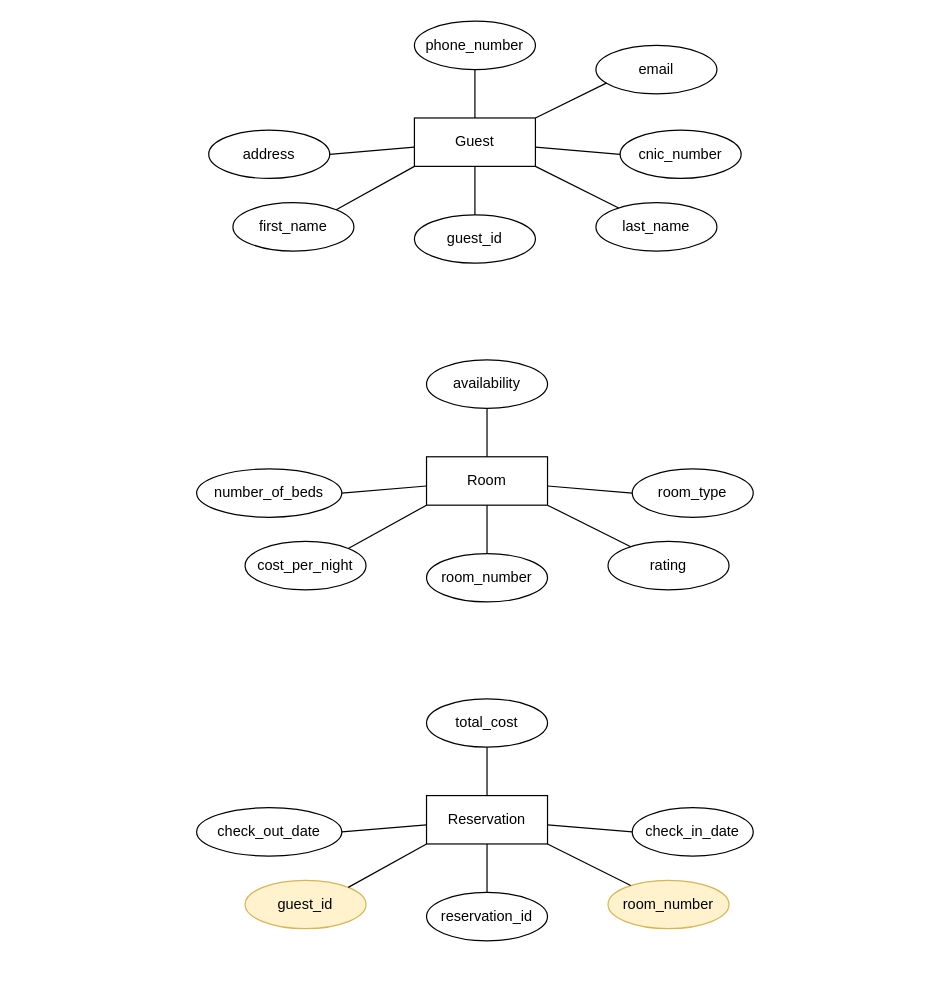
Before: page "Hotel Management System" (1 of 3) of conceptual-modeling.drawio in Wahab3917/Database-Lab-4th-Semester, a draw.io diagram. Source tidied: cells renumbered, new cells numbered last; positions are measured from the earlier drawing's top-left corner, leaving out a move shared by most shapes. Both pictures are drawn from the tidied source at 121%, with x=0, y=0 at pixel (196, 21).
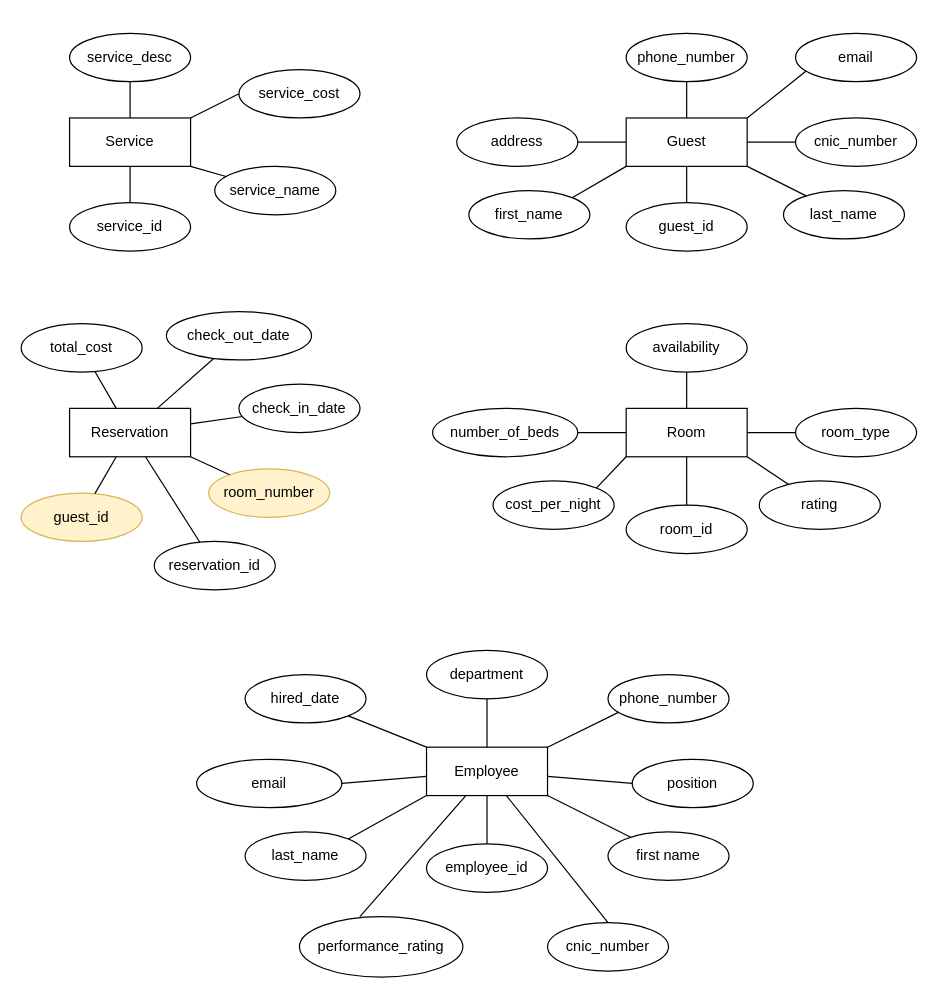
The same page after the edit.

The edit, as a diff of the source:
```diff
@@
     <mxCell id="2" value="email" style="ellipse;whiteSpace=wrap;html=1;align=center;" parent="1" vertex="1">
-      <mxGeometry x="330" y="20" width="100" height="40" as="geometry" />
+      <mxGeometry x="495" y="10" width="100" height="40" as="geometry" />
     </mxCell>
@@
     <mxCell id="4" value="Room" style="whiteSpace=wrap;html=1;align=center;" parent="1" vertex="1">
-      <mxGeometry x="190" y="360" width="100" height="40" as="geometry" />
+      <mxGeometry x="355" y="320" width="100" height="40" as="geometry" />
     </mxCell>
-    <mxCell id="5" value="room_number" style="ellipse;whiteSpace=wrap;html=1;align=center;" parent="1" vertex="1">
-      <mxGeometry x="190" y="440" width="100" height="40" as="geometry" />
+    <mxCell id="5" value="room_id" style="ellipse;whiteSpace=wrap;html=1;align=center;" parent="1" vertex="1">
+      <mxGeometry x="355" y="400" width="100" height="40" as="geometry" />
     </mxCell>
     <mxCell id="6" value="room_type" style="ellipse;whiteSpace=wrap;html=1;align=center;" parent="1" vertex="1">
-      <mxGeometry x="360" y="370" width="100" height="40" as="geometry" />
+      <mxGeometry x="495" y="320" width="100" height="40" as="geometry" />
     </mxCell>
     <mxCell id="7" value="availability" style="ellipse;whiteSpace=wrap;html=1;align=center;" parent="1" vertex="1">
-      <mxGeometry x="190" y="280" width="100" height="40" as="geometry" />
+      <mxGeometry x="355" y="250" width="100" height="40" as="geometry" />
     </mxCell>
     <mxCell id="8" value="number_of_beds" style="ellipse;whiteSpace=wrap;html=1;align=center;" parent="1" vertex="1">
-      <mxGeometry y="370" width="120" height="40" as="geometry" />
+      <mxGeometry x="195" y="320" width="120" height="40" as="geometry" />
     </mxCell>
     <mxCell id="9" value="rating" style="ellipse;whiteSpace=wrap;html=1;align=center;" parent="1" vertex="1">
-      <mxGeometry x="340" y="430" width="100" height="40" as="geometry" />
+      <mxGeometry x="465" y="380" width="100" height="40" as="geometry" />
     </mxCell>
     <mxCell id="10" value="cost_per_night" style="ellipse;whiteSpace=wrap;html=1;align=center;" parent="1" vertex="1">
-      <mxGeometry x="40" y="430" width="100" height="40" as="geometry" />
+      <mxGeometry x="245" y="380" width="100" height="40" as="geometry" />
     </mxCell>
@@
     <mxCell id="15" style="endArrow=none;html=1;rounded=0;" parent="1" edge="1" source="9">
       <mxGeometry relative="1" as="geometry">
-        <mxPoint x="290" y="400" as="targetPoint" />
+        <mxPoint x="455" y="360" as="targetPoint" />
       </mxGeometry>
     </mxCell>
     <mxCell id="16" style="endArrow=none;html=1;rounded=0;exitX=1;exitY=0;exitDx=0;exitDy=0;" parent="1" edge="1" source="10">
       <mxGeometry relative="1" as="geometry">
-        <mxPoint x="190" y="400" as="targetPoint" />
+        <mxPoint x="355" y="360" as="targetPoint" />
       </mxGeometry>
     </mxCell>
     <mxCell id="17" value="Guest" style="whiteSpace=wrap;html=1;align=center;" parent="1" vertex="1">
-      <mxGeometry x="180" y="80" width="100" height="40" as="geometry" />
+      <mxGeometry x="355" y="80" width="100" height="40" as="geometry" />
     </mxCell>
     <mxCell id="18" value="guest_id" style="ellipse;whiteSpace=wrap;html=1;align=center;" parent="1" vertex="1">
-      <mxGeometry x="180" y="160" width="100" height="40" as="geometry" />
+      <mxGeometry x="355" y="150" width="100" height="40" as="geometry" />
     </mxCell>
     <mxCell id="19" value="cnic_number" style="ellipse;whiteSpace=wrap;html=1;align=center;" parent="1" vertex="1">
-      <mxGeometry x="350" y="90" width="100" height="40" as="geometry" />
+      <mxGeometry x="495" y="80" width="100" height="40" as="geometry" />
     </mxCell>
     <mxCell id="20" value="phone_number" style="ellipse;whiteSpace=wrap;html=1;align=center;" parent="1" vertex="1">
-      <mxGeometry x="180" width="100" height="40" as="geometry" />
+      <mxGeometry x="355" y="10" width="100" height="40" as="geometry" />
     </mxCell>
     <mxCell id="21" value="address" style="ellipse;whiteSpace=wrap;html=1;align=center;" parent="1" vertex="1">
-      <mxGeometry x="10" y="90" width="100" height="40" as="geometry" />
+      <mxGeometry x="215" y="80" width="100" height="40" as="geometry" />
     </mxCell>
     <mxCell id="22" value="last_name" style="ellipse;whiteSpace=wrap;html=1;align=center;" parent="1" vertex="1">
-      <mxGeometry x="330" y="150" width="100" height="40" as="geometry" />
+      <mxGeometry x="485" y="140" width="100" height="40" as="geometry" />
     </mxCell>
     <mxCell id="23" value="first_name" style="ellipse;whiteSpace=wrap;html=1;align=center;" parent="1" vertex="1">
-      <mxGeometry x="30" y="150" width="100" height="40" as="geometry" />
+      <mxGeometry x="225" y="140" width="100" height="40" as="geometry" />
     </mxCell>
@@
     <mxCell id="28" style="endArrow=none;html=1;rounded=0;" parent="1" edge="1" source="22">
       <mxGeometry relative="1" as="geometry">
-        <mxPoint x="280" y="120" as="targetPoint" />
+        <mxPoint x="455" y="120" as="targetPoint" />
       </mxGeometry>
     </mxCell>
     <mxCell id="29" style="endArrow=none;html=1;rounded=0;exitX=1;exitY=0;exitDx=0;exitDy=0;" parent="1" edge="1" source="23">
       <mxGeometry relative="1" as="geometry">
-        <mxPoint x="180" y="120" as="targetPoint" />
+        <mxPoint x="355" y="120" as="targetPoint" />
       </mxGeometry>
     </mxCell>
     <mxCell id="30" value="Reservation" style="whiteSpace=wrap;html=1;align=center;" parent="1" vertex="1">
-      <mxGeometry x="190" y="640" width="100" height="40" as="geometry" />
+      <mxGeometry x="-105" y="320" width="100" height="40" as="geometry" />
     </mxCell>
     <mxCell id="31" value="reservation_id" style="ellipse;whiteSpace=wrap;html=1;align=center;" parent="1" vertex="1">
-      <mxGeometry x="190" y="720" width="100" height="40" as="geometry" />
+      <mxGeometry x="-35" y="430" width="100" height="40" as="geometry" />
     </mxCell>
     <mxCell id="32" value="check_in_date" style="ellipse;whiteSpace=wrap;html=1;align=center;" parent="1" vertex="1">
-      <mxGeometry x="360" y="650" width="100" height="40" as="geometry" />
+      <mxGeometry x="35" y="300" width="100" height="40" as="geometry" />
     </mxCell>
     <mxCell id="33" value="total_cost" style="ellipse;whiteSpace=wrap;html=1;align=center;" parent="1" vertex="1">
-      <mxGeometry x="190" y="560" width="100" height="40" as="geometry" />
+      <mxGeometry x="-145" y="250" width="100" height="40" as="geometry" />
     </mxCell>
     <mxCell id="34" value="check_out_date" style="ellipse;whiteSpace=wrap;html=1;align=center;" parent="1" vertex="1">
-      <mxGeometry y="650" width="120" height="40" as="geometry" />
+      <mxGeometry x="-25" y="240" width="120" height="40" as="geometry" />
     </mxCell>
     <mxCell id="35" value="room_number" style="ellipse;whiteSpace=wrap;html=1;align=center;fillColor=#fff2cc;strokeColor=#d6b656;" parent="1" vertex="1">
-      <mxGeometry x="340" y="710" width="100" height="40" as="geometry" />
+      <mxGeometry x="10" y="370" width="100" height="40" as="geometry" />
     </mxCell>
     <mxCell id="36" value="guest_id" style="ellipse;whiteSpace=wrap;html=1;align=center;labelBackgroundColor=none;textShadow=0;labelBorderColor=none;fillColor=#fff2cc;strokeColor=#d6b656;" parent="1" vertex="1">
-      <mxGeometry x="40" y="710" width="100" height="40" as="geometry" />
+      <mxGeometry x="-145" y="390" width="100" height="40" as="geometry" />
     </mxCell>
@@
-    <mxCell id="39" style="endArrow=none;html=1;rounded=0;entryX=0;entryY=0.5;entryDx=0;entryDy=0;" parent="1" edge="1" source="30" target="32">
+    <mxCell id="39" style="endArrow=none;html=1;rounded=0;" parent="1" edge="1" source="30" target="32">
       <mxGeometry relative="1" as="geometry" />
     </mxCell>
-    <mxCell id="40" style="endArrow=none;html=1;rounded=0;exitX=1;exitY=0.5;exitDx=0;exitDy=0;" parent="1" edge="1" source="34" target="30">
+    <mxCell id="40" style="endArrow=none;html=1;rounded=0;" parent="1" edge="1" source="34" target="30">
       <mxGeometry relative="1" as="geometry" />
     </mxCell>
-    <mxCell id="41" style="endArrow=none;html=1;rounded=0;" parent="1" edge="1" source="35">
-      <mxGeometry relative="1" as="geometry">
-        <mxPoint x="290" y="680" as="targetPoint" />
-      </mxGeometry>
+    <mxCell id="41" style="endArrow=none;html=1;rounded=0;entryX=1;entryY=1;entryDx=0;entryDy=0;" parent="1" edge="1" source="35" target="30">
+      <mxGeometry relative="1" as="geometry" />
     </mxCell>
-    <mxCell id="42" style="endArrow=none;html=1;rounded=0;exitX=1;exitY=0;exitDx=0;exitDy=0;" parent="1" edge="1" source="36">
-      <mxGeometry relative="1" as="geometry">
-        <mxPoint x="190" y="680" as="targetPoint" />
-      </mxGeometry>
+    <mxCell id="42" style="endArrow=none;html=1;rounded=0;" parent="1" edge="1" source="36" target="30">
+      <mxGeometry relative="1" as="geometry" />
     </mxCell>
+    <mxCell id="43" value="Employee" style="whiteSpace=wrap;html=1;align=center;" parent="1" vertex="1">
+      <mxGeometry x="190" y="600" width="100" height="40" as="geometry" />
+    </mxCell>
+    <mxCell id="44" value="employee_id" style="ellipse;whiteSpace=wrap;html=1;align=center;" parent="1" vertex="1">
+      <mxGeometry x="190" y="680" width="100" height="40" as="geometry" />
+    </mxCell>
+    <mxCell id="45" value="position" style="ellipse;whiteSpace=wrap;html=1;align=center;" parent="1" vertex="1">
+      <mxGeometry x="360" y="610" width="100" height="40" as="geometry" />
+    </mxCell>
+    <mxCell id="46" value="department" style="ellipse;whiteSpace=wrap;html=1;align=center;" parent="1" vertex="1">
+      <mxGeometry x="190" y="520" width="100" height="40" as="geometry" />
+    </mxCell>
+    <mxCell id="47" value="email" style="ellipse;whiteSpace=wrap;html=1;align=center;" parent="1" vertex="1">
+      <mxGeometry y="610" width="120" height="40" as="geometry" />
+    </mxCell>
+    <mxCell id="48" value="first name" style="ellipse;whiteSpace=wrap;html=1;align=center;" parent="1" vertex="1">
+      <mxGeometry x="340" y="670" width="100" height="40" as="geometry" />
+    </mxCell>
+    <mxCell id="49" value="last_name" style="ellipse;whiteSpace=wrap;html=1;align=center;labelBackgroundColor=none;textShadow=0;labelBorderColor=none;" parent="1" vertex="1">
+      <mxGeometry x="40" y="670" width="100" height="40" as="geometry" />
+    </mxCell>
+    <mxCell id="50" style="endArrow=none;html=1;rounded=0;" parent="1" edge="1" source="46" target="43">
+      <mxGeometry relative="1" as="geometry" />
+    </mxCell>
+    <mxCell id="51" style="endArrow=none;html=1;rounded=0;" parent="1" edge="1" source="43" target="44">
+      <mxGeometry relative="1" as="geometry" />
+    </mxCell>
+    <mxCell id="52" style="endArrow=none;html=1;rounded=0;entryX=0;entryY=0.5;entryDx=0;entryDy=0;" parent="1" edge="1" source="43" target="45">
+      <mxGeometry relative="1" as="geometry" />
+    </mxCell>
+    <mxCell id="53" style="endArrow=none;html=1;rounded=0;exitX=1;exitY=0.5;exitDx=0;exitDy=0;" parent="1" edge="1" source="47" target="43">
+      <mxGeometry relative="1" as="geometry" />
+    </mxCell>
+    <mxCell id="54" style="endArrow=none;html=1;rounded=0;" parent="1" edge="1" source="48">
+      <mxGeometry relative="1" as="geometry">
+        <mxPoint x="290" y="640" as="targetPoint" />
+      </mxGeometry>
+    </mxCell>
+    <mxCell id="55" style="endArrow=none;html=1;rounded=0;exitX=1;exitY=0;exitDx=0;exitDy=0;" parent="1" edge="1" source="49">
+      <mxGeometry relative="1" as="geometry">
+        <mxPoint x="190" y="640" as="targetPoint" />
+      </mxGeometry>
+    </mxCell>
+    <mxCell id="56" value="phone_number" style="ellipse;whiteSpace=wrap;html=1;align=center;" parent="1" vertex="1">
+      <mxGeometry x="340" y="540" width="100" height="40" as="geometry" />
+    </mxCell>
+    <mxCell id="57" style="endArrow=none;html=1;rounded=0;entryX=0.09;entryY=0.775;entryDx=0;entryDy=0;exitX=1;exitY=0;exitDx=0;exitDy=0;entryPerimeter=0;" parent="1" edge="1" source="43" target="56">
+      <mxGeometry relative="1" as="geometry" />
+    </mxCell>
+    <mxCell id="58" value="hired_date" style="ellipse;whiteSpace=wrap;html=1;align=center;" parent="1" vertex="1">
+      <mxGeometry x="40" y="540" width="100" height="40" as="geometry" />
+    </mxCell>
+    <mxCell id="59" style="endArrow=none;html=1;rounded=0;exitX=1;exitY=1;exitDx=0;exitDy=0;entryX=0;entryY=0;entryDx=0;entryDy=0;" parent="1" edge="1" source="58" target="43">
+      <mxGeometry relative="1" as="geometry" />
+    </mxCell>
+    <mxCell id="60" value="performance_rating" style="ellipse;whiteSpace=wrap;html=1;align=center;" parent="1" vertex="1">
+      <mxGeometry x="85" y="740" width="135" height="50" as="geometry" />
+    </mxCell>
+    <mxCell id="61" value="cnic_number" style="ellipse;whiteSpace=wrap;html=1;align=center;" parent="1" vertex="1">
+      <mxGeometry x="290" y="745" width="100" height="40" as="geometry" />
+    </mxCell>
+    <mxCell id="62" style="endArrow=none;html=1;rounded=0;entryX=0.5;entryY=0;entryDx=0;entryDy=0;" parent="1" edge="1" source="43" target="61">
+      <mxGeometry relative="1" as="geometry" />
+    </mxCell>
+    <mxCell id="63" style="endArrow=none;html=1;rounded=0;exitX=0.37;exitY=0;exitDx=0;exitDy=0;exitPerimeter=0;" parent="1" edge="1" source="60" target="43">
+      <mxGeometry relative="1" as="geometry" />
+    </mxCell>
+    <mxCell id="64" value="Service" style="whiteSpace=wrap;html=1;align=center;" parent="1" vertex="1">
+      <mxGeometry x="-105" y="80" width="100" height="40" as="geometry" />
+    </mxCell>
+    <mxCell id="65" value="service_id" style="ellipse;whiteSpace=wrap;html=1;align=center;" parent="1" vertex="1">
+      <mxGeometry x="-105" y="150" width="100" height="40" as="geometry" />
+    </mxCell>
+    <mxCell id="66" value="service_cost" style="ellipse;whiteSpace=wrap;html=1;align=center;" parent="1" vertex="1">
+      <mxGeometry x="35" y="40" width="100" height="40" as="geometry" />
+    </mxCell>
+    <mxCell id="67" value="service_name" style="ellipse;whiteSpace=wrap;html=1;align=center;" parent="1" vertex="1">
+      <mxGeometry x="15" y="120" width="100" height="40" as="geometry" />
+    </mxCell>
+    <mxCell id="68" value="service_desc" style="ellipse;whiteSpace=wrap;html=1;align=center;" parent="1" vertex="1">
+      <mxGeometry x="-105" y="10" width="100" height="40" as="geometry" />
+    </mxCell>
+    <mxCell id="69" style="endArrow=none;html=1;rounded=0;" parent="1" edge="1" source="64" target="65">
+      <mxGeometry relative="1" as="geometry" />
+    </mxCell>
+    <mxCell id="70" style="endArrow=none;html=1;rounded=0;entryX=0;entryY=0.5;entryDx=0;entryDy=0;" parent="1" edge="1" target="66">
+      <mxGeometry relative="1" as="geometry">
+        <mxPoint x="-5" y="80" as="sourcePoint" />
+      </mxGeometry>
+    </mxCell>
+    <mxCell id="71" style="endArrow=none;html=1;rounded=0;" parent="1" edge="1" source="67">
+      <mxGeometry relative="1" as="geometry">
+        <mxPoint x="-5" y="120" as="targetPoint" />
+      </mxGeometry>
+    </mxCell>
+    <mxCell id="72" style="endArrow=none;html=1;rounded=0;" parent="1" edge="1" source="68" target="64">
+      <mxGeometry relative="1" as="geometry" />
+    </mxCell>
```
